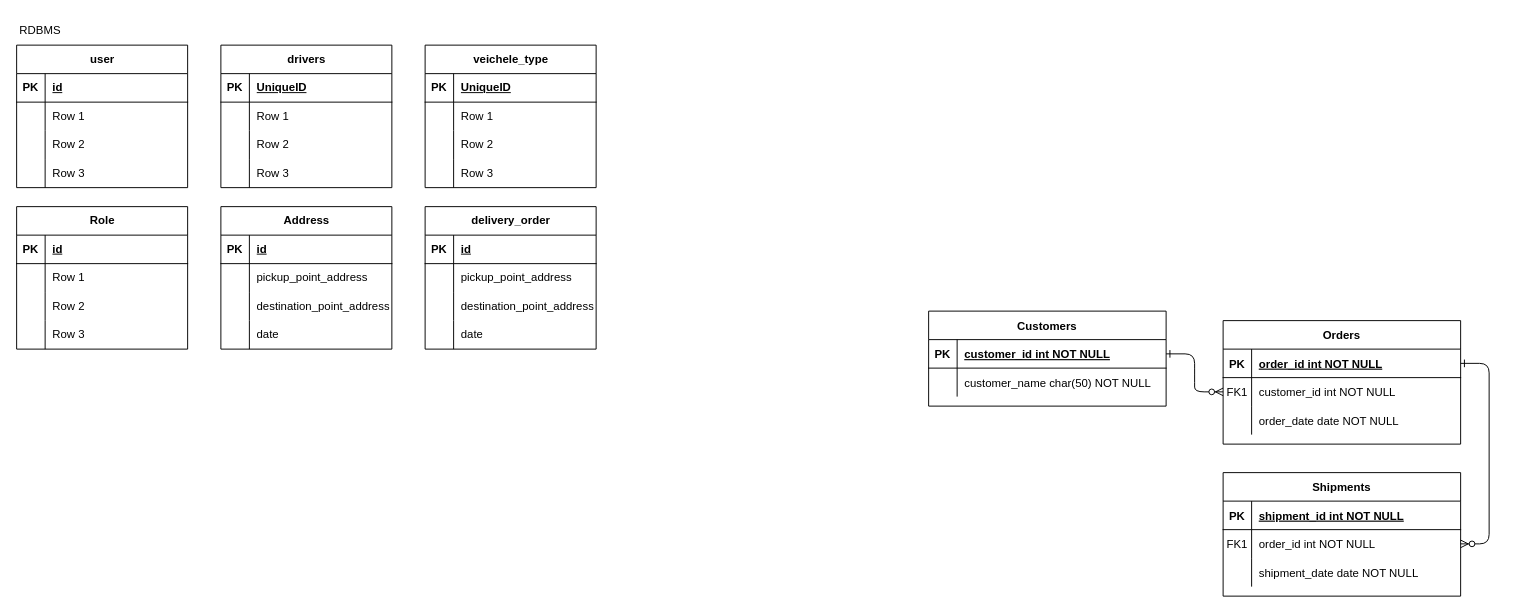
This is starspace/Untitled Diagram.drawio from DemoNicky/technical-test, a draw.io file, before an edit. Source tidied: cells renumbered, new cells numbered last; positions are measured from the earlier drawing's top-left corner, leaving out a move shared by most shapes. Both pictures are drawn from the tidied source at 95%, with x=0, y=0 at pixel (16, 16).
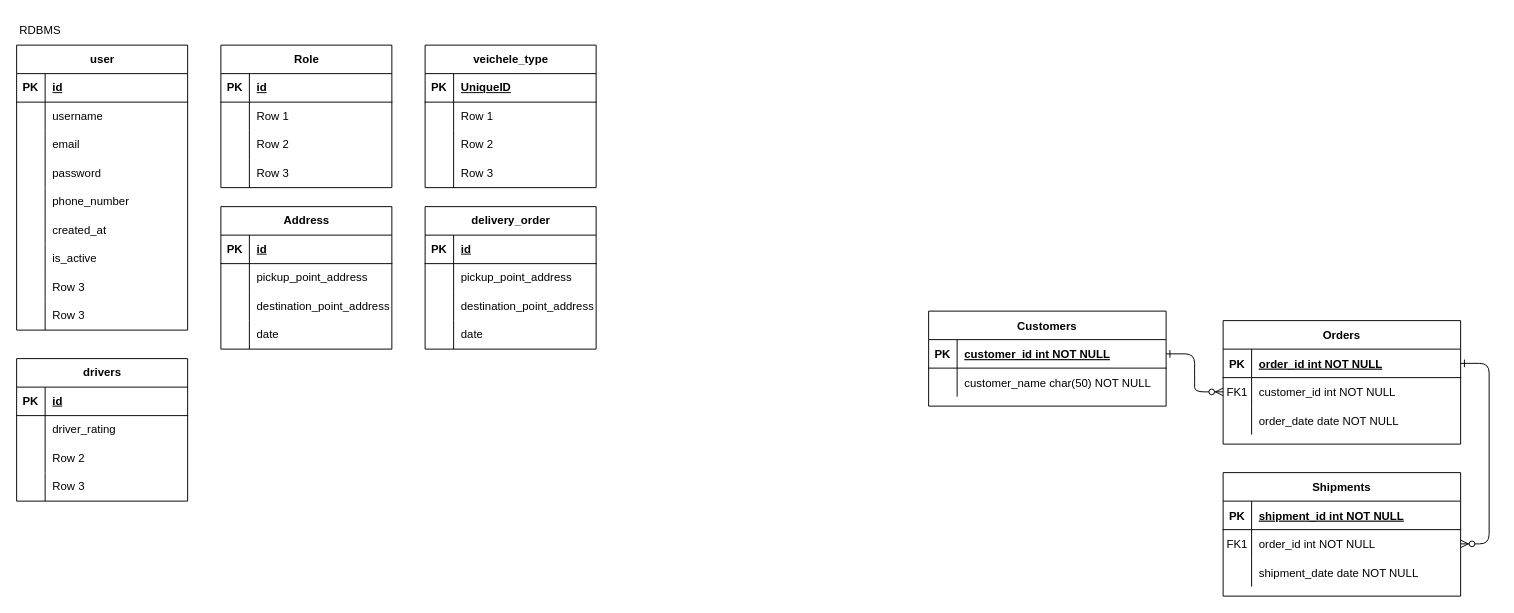
The same diagram, later.

Unchanged cells that the change refers to:
```xml
<mxCell id="36" style="shape=tableRow;horizontal=0;startSize=0;swimlaneHead=0;swimlaneBody=0;fillColor=none;top=0;left=0;right=0;bottom=0;" parent="32" vertex="1">
  <mxGeometry y="60" width="180" height="30" as="geometry" />
</mxCell>
<mxCell id="39" style="shape=tableRow;horizontal=0;startSize=0;swimlaneHead=0;swimlaneBody=0;fillColor=none;top=0;left=0;right=0;bottom=0;" parent="32" vertex="1">
  <mxGeometry y="90" width="180" height="30" as="geometry" />
</mxCell>
<mxCell id="42" style="shape=tableRow;horizontal=0;startSize=0;swimlaneHead=0;swimlaneBody=0;fillColor=none;top=0;left=0;right=0;bottom=0;" parent="32" vertex="1">
  <mxGeometry y="120" width="180" height="30" as="geometry" />
</mxCell>
<mxCell id="46" style="shape=tableRow;horizontal=0;startSize=0;swimlaneHead=0;swimlaneBody=0;fillColor=none;top=0;left=0;right=0;bottom=1;" parent="45" vertex="1">
  <mxGeometry y="30" width="180" height="30" as="geometry" />
</mxCell>
<mxCell id="49" style="shape=tableRow;horizontal=0;startSize=0;swimlaneHead=0;swimlaneBody=0;fillColor=none;top=0;left=0;right=0;bottom=0;" parent="45" vertex="1">
  <mxGeometry y="60" width="180" height="30" as="geometry" />
</mxCell>
```

Change to the diagram source:
```diff
@@
     <mxCell id="32" value="user" style="shape=table;startSize=30;childLayout=tableLayout;rowLines=0;fontStyle=1;align=center;html=1;" parent="1" vertex="1">
-      <mxGeometry y="30" width="180" height="150" as="geometry" />
+      <mxGeometry y="30" width="180" height="300" as="geometry" />
     </mxCell>
@@
-    <mxCell id="38" value="Row 1" style="shape=partialRectangle;fillColor=none;top=0;left=0;bottom=0;right=0;align=left;spacingLeft=6;overflow=hidden;whiteSpace=wrap;html=1;" parent="36" vertex="1">
+    <mxCell id="38" value="username" style="shape=partialRectangle;fillColor=none;top=0;left=0;bottom=0;right=0;align=left;spacingLeft=6;overflow=hidden;whiteSpace=wrap;html=1;" parent="36" vertex="1">
       <mxGeometry x="30" width="150" height="30" as="geometry" />
     </mxCell>
@@
-    <mxCell id="41" value="Row 2" style="shape=partialRectangle;fillColor=none;top=0;left=0;bottom=0;right=0;align=left;spacingLeft=6;overflow=hidden;whiteSpace=wrap;html=1;" parent="39" vertex="1">
+    <mxCell id="41" value="email" style="shape=partialRectangle;fillColor=none;top=0;left=0;bottom=0;right=0;align=left;spacingLeft=6;overflow=hidden;whiteSpace=wrap;html=1;" parent="39" vertex="1">
       <mxGeometry x="30" width="150" height="30" as="geometry" />
     </mxCell>
@@
-    <mxCell id="44" value="Row 3" style="shape=partialRectangle;fillColor=none;top=0;left=0;bottom=0;right=0;align=left;spacingLeft=6;overflow=hidden;whiteSpace=wrap;html=1;" parent="42" vertex="1">
+    <mxCell id="44" value="password" style="shape=partialRectangle;fillColor=none;top=0;left=0;bottom=0;right=0;align=left;spacingLeft=6;overflow=hidden;whiteSpace=wrap;html=1;" parent="42" vertex="1">
       <mxGeometry x="30" width="150" height="30" as="geometry" />
     </mxCell>
+    <mxCell id="110" style="shape=tableRow;horizontal=0;startSize=0;swimlaneHead=0;swimlaneBody=0;fillColor=none;top=0;left=0;right=0;bottom=0;" parent="32" vertex="1">
+      <mxGeometry y="150" width="180" height="30" as="geometry" />
+    </mxCell>
+    <mxCell id="111" style="shape=partialRectangle;fillColor=none;top=0;left=0;bottom=0;right=0;overflow=hidden;whiteSpace=wrap;html=1;" parent="110" vertex="1">
+      <mxGeometry width="30" height="30" as="geometry" />
+    </mxCell>
+    <mxCell id="112" value="phone_number" style="shape=partialRectangle;fillColor=none;top=0;left=0;bottom=0;right=0;align=left;spacingLeft=6;overflow=hidden;whiteSpace=wrap;html=1;" parent="110" vertex="1">
+      <mxGeometry x="30" width="150" height="30" as="geometry" />
+    </mxCell>
+    <mxCell id="113" style="shape=tableRow;horizontal=0;startSize=0;swimlaneHead=0;swimlaneBody=0;fillColor=none;top=0;left=0;right=0;bottom=0;" parent="32" vertex="1">
+      <mxGeometry y="180" width="180" height="30" as="geometry" />
+    </mxCell>
+    <mxCell id="114" style="shape=partialRectangle;fillColor=none;top=0;left=0;bottom=0;right=0;overflow=hidden;whiteSpace=wrap;html=1;" parent="113" vertex="1">
+      <mxGeometry width="30" height="30" as="geometry" />
+    </mxCell>
+    <mxCell id="115" value="created_at" style="shape=partialRectangle;fillColor=none;top=0;left=0;bottom=0;right=0;align=left;spacingLeft=6;overflow=hidden;whiteSpace=wrap;html=1;" parent="113" vertex="1">
+      <mxGeometry x="30" width="150" height="30" as="geometry" />
+    </mxCell>
+    <mxCell id="116" style="shape=tableRow;horizontal=0;startSize=0;swimlaneHead=0;swimlaneBody=0;fillColor=none;top=0;left=0;right=0;bottom=0;" parent="32" vertex="1">
+      <mxGeometry y="210" width="180" height="30" as="geometry" />
+    </mxCell>
+    <mxCell id="117" style="shape=partialRectangle;fillColor=none;top=0;left=0;bottom=0;right=0;overflow=hidden;whiteSpace=wrap;html=1;" parent="116" vertex="1">
+      <mxGeometry width="30" height="30" as="geometry" />
+    </mxCell>
+    <mxCell id="118" value="is_active" style="shape=partialRectangle;fillColor=none;top=0;left=0;bottom=0;right=0;align=left;spacingLeft=6;overflow=hidden;whiteSpace=wrap;html=1;" parent="116" vertex="1">
+      <mxGeometry x="30" width="150" height="30" as="geometry" />
+    </mxCell>
+    <mxCell id="119" style="shape=tableRow;horizontal=0;startSize=0;swimlaneHead=0;swimlaneBody=0;fillColor=none;top=0;left=0;right=0;bottom=0;" parent="32" vertex="1">
+      <mxGeometry y="240" width="180" height="30" as="geometry" />
+    </mxCell>
+    <mxCell id="120" style="shape=partialRectangle;fillColor=none;top=0;left=0;bottom=0;right=0;overflow=hidden;whiteSpace=wrap;html=1;" parent="119" vertex="1">
+      <mxGeometry width="30" height="30" as="geometry" />
+    </mxCell>
+    <mxCell id="121" value="Row 3" style="shape=partialRectangle;fillColor=none;top=0;left=0;bottom=0;right=0;align=left;spacingLeft=6;overflow=hidden;whiteSpace=wrap;html=1;" parent="119" vertex="1">
+      <mxGeometry x="30" width="150" height="30" as="geometry" />
+    </mxCell>
+    <mxCell id="122" style="shape=tableRow;horizontal=0;startSize=0;swimlaneHead=0;swimlaneBody=0;fillColor=none;top=0;left=0;right=0;bottom=0;" parent="32" vertex="1">
+      <mxGeometry y="270" width="180" height="30" as="geometry" />
+    </mxCell>
+    <mxCell id="123" style="shape=partialRectangle;fillColor=none;top=0;left=0;bottom=0;right=0;overflow=hidden;whiteSpace=wrap;html=1;" parent="122" vertex="1">
+      <mxGeometry width="30" height="30" as="geometry" />
+    </mxCell>
+    <mxCell id="124" value="Row 3" style="shape=partialRectangle;fillColor=none;top=0;left=0;bottom=0;right=0;align=left;spacingLeft=6;overflow=hidden;whiteSpace=wrap;html=1;" parent="122" vertex="1">
+      <mxGeometry x="30" width="150" height="30" as="geometry" />
+    </mxCell>
     <mxCell id="45" value="drivers" style="shape=table;startSize=30;childLayout=tableLayout;rowLines=0;fontStyle=1;align=center;html=1;" parent="1" vertex="1">
-      <mxGeometry x="215" y="30" width="180" height="150" as="geometry" />
+      <mxGeometry y="360" width="180" height="150" as="geometry" />
     </mxCell>
@@
-    <mxCell id="48" value="UniqueID" style="shape=partialRectangle;fillColor=none;top=0;left=0;bottom=0;right=0;align=left;spacingLeft=6;fontStyle=5;overflow=hidden;whiteSpace=wrap;html=1;" parent="46" vertex="1">
+    <mxCell id="48" value="id" style="shape=partialRectangle;fillColor=none;top=0;left=0;bottom=0;right=0;align=left;spacingLeft=6;fontStyle=5;overflow=hidden;whiteSpace=wrap;html=1;" parent="46" vertex="1">
       <mxGeometry x="30" width="150" height="30" as="geometry" />
     </mxCell>
@@
-    <mxCell id="51" value="Row 1" style="shape=partialRectangle;fillColor=none;top=0;left=0;bottom=0;right=0;align=left;spacingLeft=6;overflow=hidden;whiteSpace=wrap;html=1;" parent="49" vertex="1">
+    <mxCell id="51" value="driver_rating" style="shape=partialRectangle;fillColor=none;top=0;left=0;bottom=0;right=0;align=left;spacingLeft=6;overflow=hidden;whiteSpace=wrap;html=1;" parent="49" vertex="1">
       <mxGeometry x="30" width="150" height="30" as="geometry" />
     </mxCell>
@@
     <mxCell id="71" value="Role" style="shape=table;startSize=30;childLayout=tableLayout;rowLines=0;fontStyle=1;align=center;html=1;" parent="1" vertex="1">
-      <mxGeometry y="200" width="180" height="150" as="geometry" />
+      <mxGeometry x="215" y="30" width="180" height="150" as="geometry" />
     </mxCell>
```
